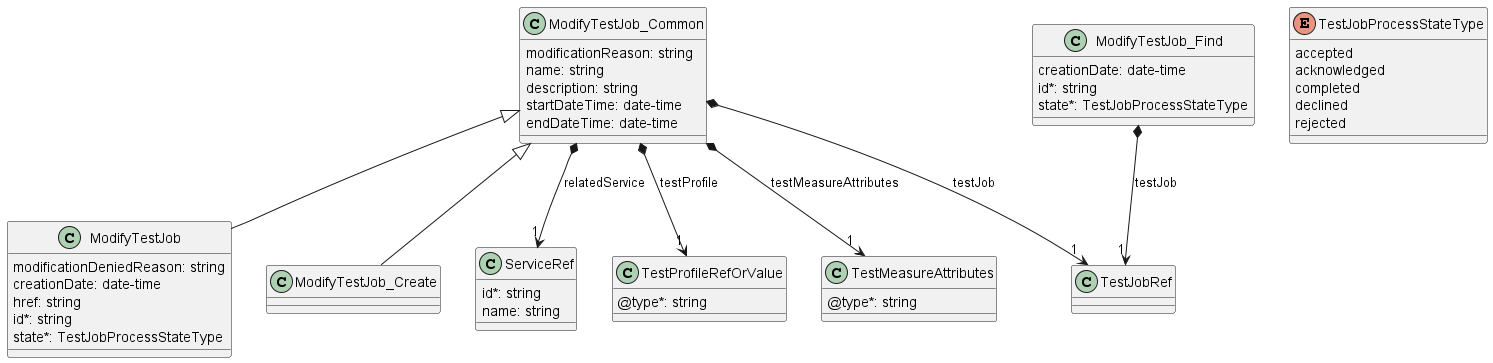
This is documentation/serviceApi/sft/serviceTest/media/modifyTestJobModel.png from MEF-GIT/MEF-LSO-Legato-SDK, a PlantUML export, as it was before one commit. Source of this version:
```plantuml
@startuml modifyTestJobModel


class ModifyTestJob_Common {
    modificationReason: string
    name: string
    description: string
    startDateTime: date-time
    endDateTime: date-time
}
ModifyTestJob_Common <|-- ModifyTestJob

class ModifyTestJob {
    modificationDeniedReason: string
    creationDate: date-time
    href: string
    id*: string
    state*: TestJobProcessStateType
}

enum TestJobProcessStateType{
    accepted
    acknowledged
    completed
    declined
    rejected
}


class ModifyTestJob_Create {

}

ModifyTestJob_Common <|-- ModifyTestJob_Create
ModifyTestJob_Common *-->"1" ServiceRef : relatedService
ModifyTestJob_Common *-->"1" TestProfileRefOrValue : testProfile
ModifyTestJob_Common *-->"1" TestMeasureAttributes : testMeasureAttributes
ModifyTestJob_Common *-->"1" TestJobRef : testJob


class ModifyTestJob_Find {
    creationDate: date-time
    id*: string
    state*: TestJobProcessStateType
}
ModifyTestJob_Find *-->"1" TestJobRef : testJob


class TestMeasureAttributes {
    @type*: string
}

class TestProfileRefOrValue {
    @type*: string
}

class ServiceRef {
    id*: string
    name: string
}


@enduml
```
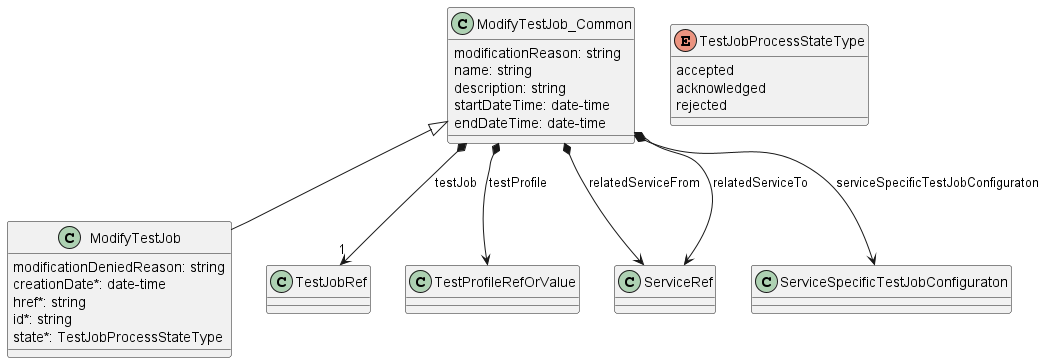
Above is the later version.

The edit, as a diff of the source:
```diff
@@ -1,63 +1,39 @@
 @startuml modifyTestJobModel
 
 
+class ModifyTestJob {
+
+    modificationDeniedReason: string
+    creationDate*: date-time
+    href*: string
+    id*: string
+    state*: TestJobProcessStateType
+}
+ModifyTestJob_Common <|-- ModifyTestJob
+
+
+
 class ModifyTestJob_Common {
+
     modificationReason: string
     name: string
     description: string
     startDateTime: date-time
     endDateTime: date-time
 }
-ModifyTestJob_Common <|-- ModifyTestJob
 
-class ModifyTestJob {
-    modificationDeniedReason: string
-    creationDate: date-time
-    href: string
-    id*: string
-    state*: TestJobProcessStateType
-}
+ModifyTestJob_Common *-->"1" TestJobRef : testJob
+ModifyTestJob_Common *--> TestProfileRefOrValue : testProfile
+ModifyTestJob_Common *--> ServiceRef : relatedServiceFrom
+ModifyTestJob_Common *--> ServiceRef : relatedServiceTo
+ModifyTestJob_Common *--> ServiceSpecificTestJobConfiguraton : serviceSpecificTestJobConfiguraton
 
-enum TestJobProcessStateType{
+
+enum TestJobProcessStateType {
+
     accepted
     acknowledged
-    completed
-    declined
     rejected
 }
 
-
-class ModifyTestJob_Create {
-
-}
-
-ModifyTestJob_Common <|-- ModifyTestJob_Create
-ModifyTestJob_Common *-->"1" ServiceRef : relatedService
-ModifyTestJob_Common *-->"1" TestProfileRefOrValue : testProfile
-ModifyTestJob_Common *-->"1" TestMeasureAttributes : testMeasureAttributes
-ModifyTestJob_Common *-->"1" TestJobRef : testJob
-
-
-class ModifyTestJob_Find {
-    creationDate: date-time
-    id*: string
-    state*: TestJobProcessStateType
-}
-ModifyTestJob_Find *-->"1" TestJobRef : testJob
-
-
-class TestMeasureAttributes {
-    @type*: string
-}
-
-class TestProfileRefOrValue {
-    @type*: string
-}
-
-class ServiceRef {
-    id*: string
-    name: string
-}
-
-
 @enduml
```
